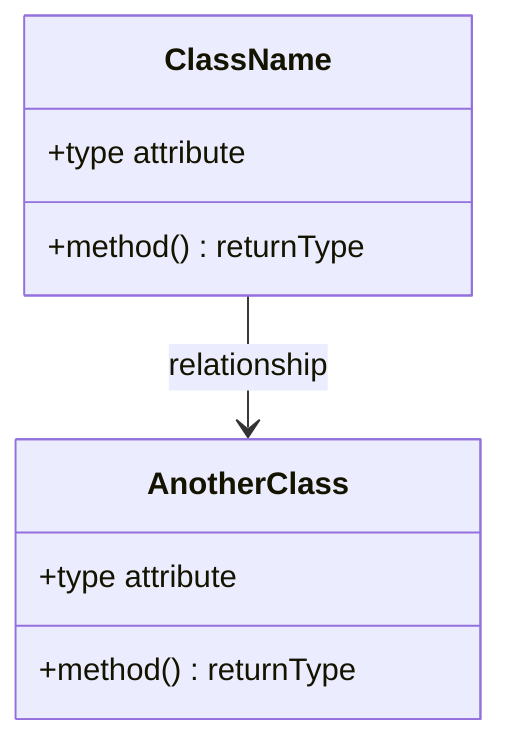
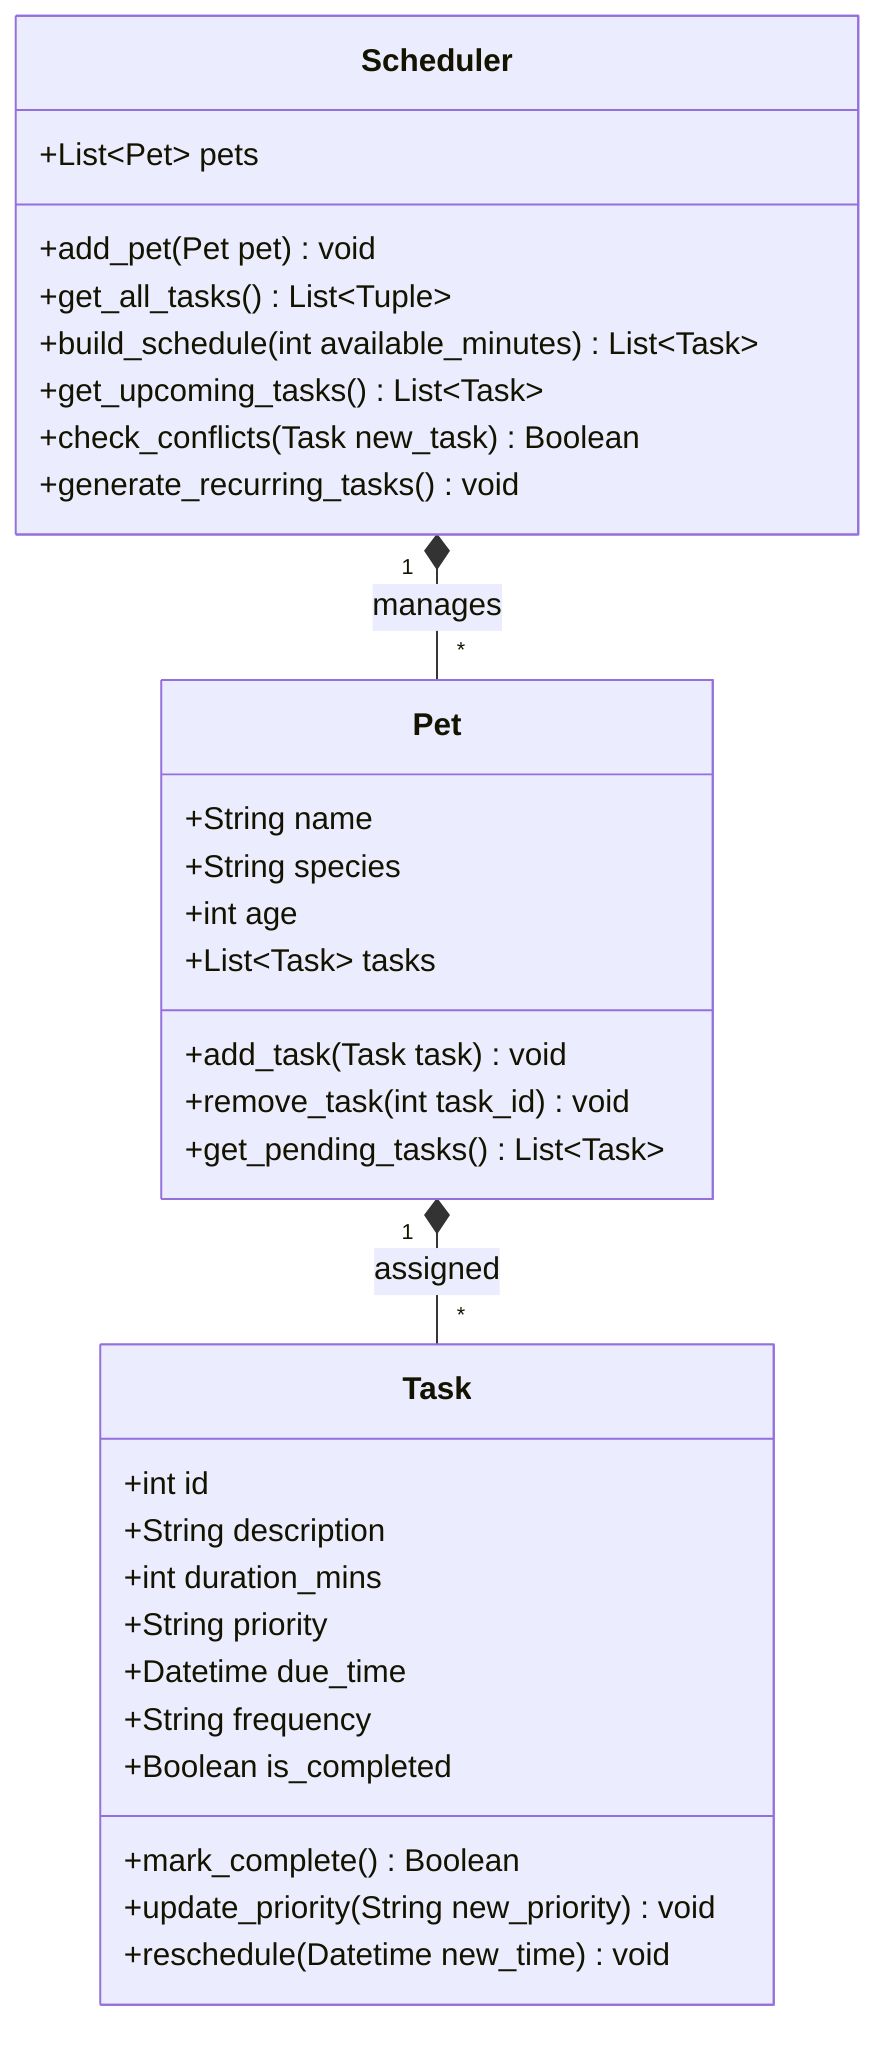
classDiagram
-     %% Replace the placeholders below with your actual classes, attributes, methods, and relationships.
-     %% Keep this file updated so it matches your final implementation.
+     %% Relationships
+     Scheduler "1" *-- "*" Pet : manages
+     Pet "1" *-- "*" Task : assigned

-     class ClassName {
-         +type attribute
-         +method() returnType
+     %% Classes
+     class Task {
+         +int id
+         +String description
+         +int duration_mins
+         +String priority
+         +Datetime due_time
+         +String frequency
+         +Boolean is_completed
+         +mark_complete() Boolean
+         +update_priority(String new_priority) void
+         +reschedule(Datetime new_time) void
    }

-     class AnotherClass {
-         +type attribute
-         +method() returnType
+     class Pet {
+         +String name
+         +String species
+         +int age
+         +List~Task~ tasks
+         +add_task(Task task) void
+         +remove_task(int task_id) void
+         +get_pending_tasks() List~Task~
    }

-     ClassName --> AnotherClass : relationship
+     class Scheduler {
+         +List~Pet~ pets
+         +add_pet(Pet pet) void
+         +get_all_tasks() List~Tuple~
+         +build_schedule(int available_minutes) List~Task~
+         +get_upcoming_tasks() List~Task~
+         +check_conflicts(Task new_task) Boolean
+         +generate_recurring_tasks() void
+     }